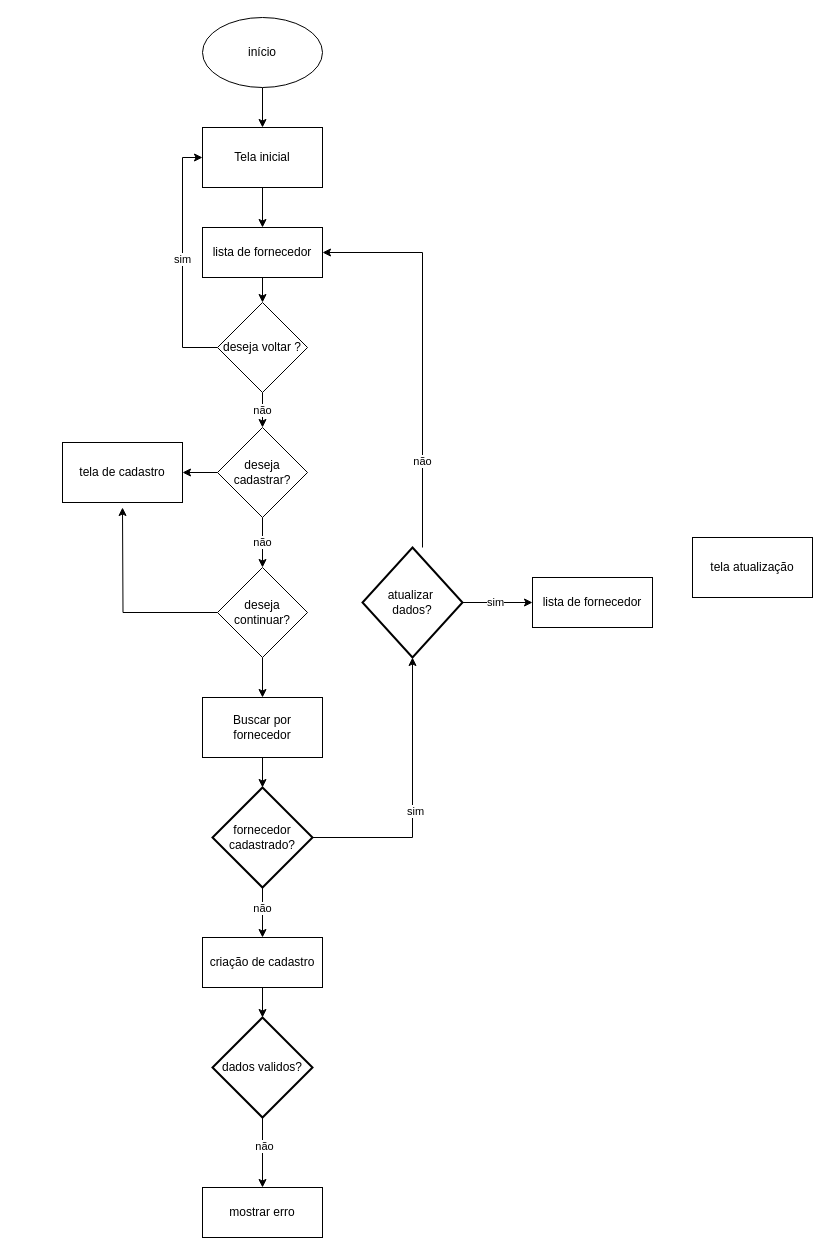
Before: doc/fluxograma3.drawio in Marigodoy26/EquipeK, a draw.io diagram. Source tidied: cells renumbered, new cells numbered last; positions are measured from the earlier drawing's top-left corner, leaving out a move shared by most shapes. Both pictures are drawn from the tidied source at 100%, with x=0, y=0 at pixel (62, 17).
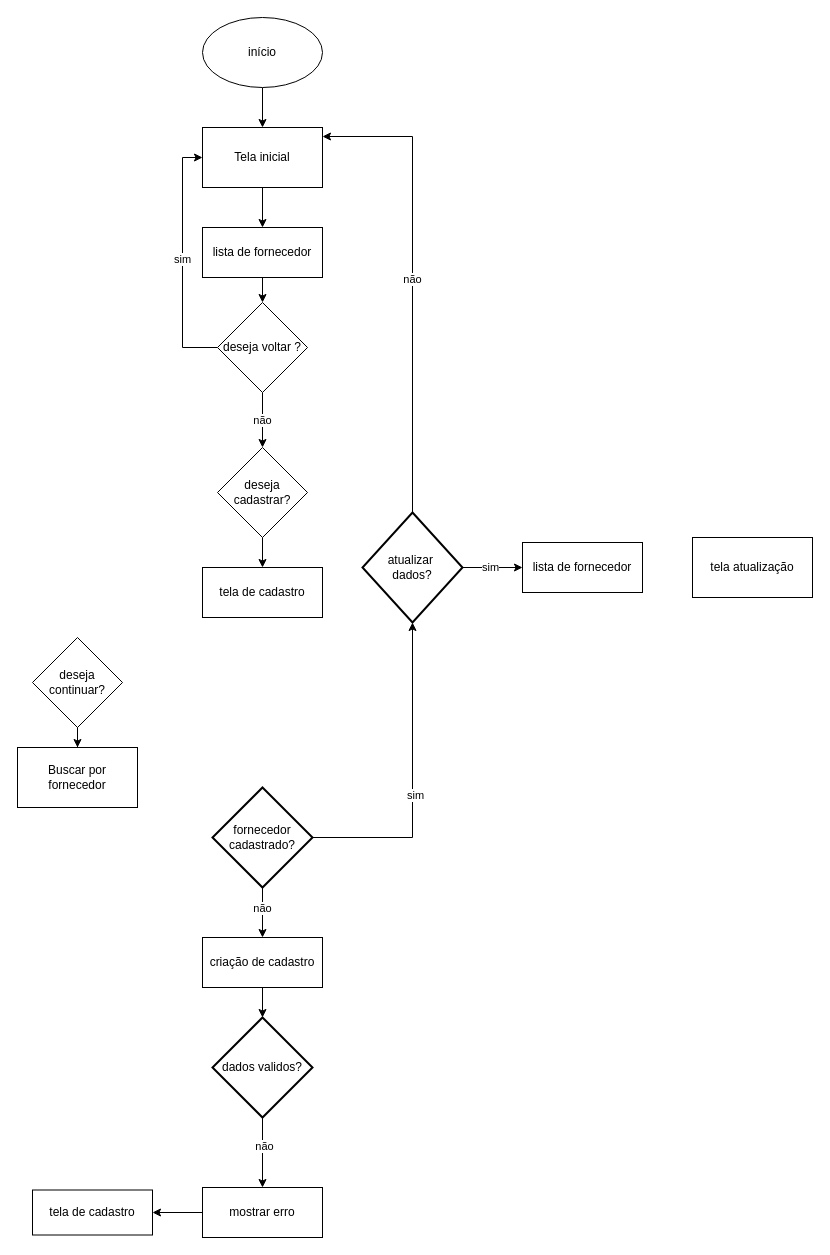
Above is the later version.

Unchanged cells that the change refers to:
```xml
<mxCell id="5" value="lista de fornecedor" style="rounded=0;whiteSpace=wrap;html=1;" parent="1" vertex="1">
  <mxGeometry x="140" y="210" width="120" height="50" as="geometry" />
</mxCell>
<mxCell id="11" value="mostrar erro" style="rounded=0;whiteSpace=wrap;html=1;" parent="1" vertex="1">
  <mxGeometry x="140" y="1170" width="120" height="50" as="geometry" />
</mxCell>
<mxCell id="19" value="Tela inicial" style="rounded=0;whiteSpace=wrap;html=1;" parent="1" vertex="1">
  <mxGeometry x="140" y="110" width="120" height="60" as="geometry" />
</mxCell>
<mxCell id="24" value="fornecedor cadastrado?" style="strokeWidth=2;html=1;shape=mxgraph.flowchart.decision;whiteSpace=wrap;" parent="1" vertex="1">
  <mxGeometry x="150" y="770" width="100" height="100" as="geometry" />
</mxCell>
<mxCell id="30" value="deseja voltar ?" style="rhombus;whiteSpace=wrap;html=1;" parent="1" vertex="1">
  <mxGeometry x="155" y="285" width="90" height="90" as="geometry" />
</mxCell>
```

What changed in the source:
```diff
@@
+    <mxCell id="38" style="edgeStyle=orthogonalEdgeStyle;rounded=0;jettySize=auto;html=1;" parent="1" edge="1" source="11" target="40">
+      <mxGeometry relative="1" as="geometry" />
+    </mxCell>
@@
-    <mxCell id="14" style="edgeStyle=orthogonalEdgeStyle;rounded=0;jettySize=auto;html=1;entryX=1;entryY=0.5;entryDx=0;entryDy=0;" parent="1" edge="1" source="16" target="5">
-      <mxGeometry relative="1" as="geometry">
-        <Array as="points">
-          <mxPoint x="360" y="235" />
-        </Array>
-      </mxGeometry>
-    </mxCell>
-    <mxCell id="15" value="não" style="edgeLabel;html=1;align=center;verticalAlign=middle;" parent="14" vertex="1">
-      <mxGeometry x="-0.56" y="1" relative="1" as="geometry" />
-    </mxCell>
     <mxCell id="16" value="atualizar&amp;nbsp;&lt;div&gt;dados?&lt;/div&gt;" style="strokeWidth=2;html=1;shape=mxgraph.flowchart.decision;whiteSpace=wrap;" parent="1" vertex="1">
-      <mxGeometry x="300" y="530" width="100" height="110" as="geometry" />
+      <mxGeometry x="300" y="495" width="100" height="110" as="geometry" />
     </mxCell>
     <mxCell id="17" value="lista de fornecedor" style="rounded=0;whiteSpace=wrap;html=1;" parent="1" vertex="1">
-      <mxGeometry x="470" y="560" width="120" height="50" as="geometry" />
+      <mxGeometry x="460" y="525" width="120" height="50" as="geometry" />
     </mxCell>
@@
-    <mxCell id="20" style="edgeStyle=orthogonalEdgeStyle;rounded=0;jettySize=auto;html=1;" parent="1" edge="1" source="21" target="24">
-      <mxGeometry relative="1" as="geometry" />
-    </mxCell>
     <mxCell id="21" value="Buscar por fornecedor" style="rounded=0;whiteSpace=wrap;html=1;" parent="1" vertex="1">
-      <mxGeometry x="140" y="680" width="120" height="60" as="geometry" />
+      <mxGeometry x="-45" y="730" width="120" height="60" as="geometry" />
     </mxCell>
@@
     <mxCell id="29" value="não" style="edgeStyle=orthogonalEdgeStyle;rounded=0;jettySize=auto;html=1;" parent="1" edge="1" source="30" target="33">
-      <mxGeometry relative="1" as="geometry">
-        <Array as="points">
-          <mxPoint x="200" y="390" />
-          <mxPoint x="200" y="390" />
-        </Array>
-      </mxGeometry>
+      <mxGeometry relative="1" as="geometry" />
     </mxCell>
@@
-    <mxCell id="31" value="não" style="edgeStyle=orthogonalEdgeStyle;rounded=0;jettySize=auto;html=1;" parent="1" edge="1" source="33" target="36">
-      <mxGeometry relative="1" as="geometry" />
-    </mxCell>
-    <mxCell id="32" style="edgeStyle=orthogonalEdgeStyle;rounded=0;jettySize=auto;html=1;" parent="1" edge="1" source="33" target="37">
-      <mxGeometry relative="1" as="geometry" />
-    </mxCell>
+    <mxCell id="39" style="edgeStyle=orthogonalEdgeStyle;rounded=0;jettySize=auto;html=1;" parent="1" edge="1" source="33" target="42">
+      <mxGeometry relative="1" as="geometry" />
+    </mxCell>
     <mxCell id="33" value="deseja cadastrar?" style="rhombus;whiteSpace=wrap;html=1;" parent="1" vertex="1">
-      <mxGeometry x="155" y="410" width="90" height="90" as="geometry" />
+      <mxGeometry x="155" y="430" width="90" height="90" as="geometry" />
     </mxCell>
@@
-    <mxCell id="35" style="edgeStyle=orthogonalEdgeStyle;rounded=0;jettySize=auto;html=1;" parent="1" edge="1" source="36">
-      <mxGeometry relative="1" as="geometry">
-        <mxPoint x="60" y="490" as="targetPoint" />
-      </mxGeometry>
-    </mxCell>
     <mxCell id="36" value="deseja continuar?" style="rhombus;whiteSpace=wrap;html=1;" parent="1" vertex="1">
-      <mxGeometry x="155" y="550" width="90" height="90" as="geometry" />
+      <mxGeometry x="-30" y="620" width="90" height="90" as="geometry" />
     </mxCell>
-    <mxCell id="37" value="tela de cadastro" style="whiteSpace=wrap;html=1;" parent="1" vertex="1">
-      <mxGeometry y="425" width="120" height="60" as="geometry" />
-    </mxCell>
+    <mxCell id="40" value="tela de cadastro" style="rounded=0;whiteSpace=wrap;html=1;" parent="1" vertex="1">
+      <mxGeometry x="-30" y="1172.5" width="120" height="45" as="geometry" />
+    </mxCell>
+    <mxCell id="41" value="não" style="edgeStyle=orthogonalEdgeStyle;rounded=0;jettySize=auto;html=1;entryX=1;entryY=0.15;entryDx=0;entryDy=0;entryPerimeter=0;" parent="1" edge="1" source="16" target="19">
+      <mxGeometry relative="1" as="geometry">
+        <Array as="points">
+          <mxPoint x="350" y="119" />
+        </Array>
+      </mxGeometry>
+    </mxCell>
+    <mxCell id="42" value="tela de cadastro" style="rounded=0;whiteSpace=wrap;html=1;" parent="1" vertex="1">
+      <mxGeometry x="140" y="550" width="120" height="50" as="geometry" />
+    </mxCell>
```
